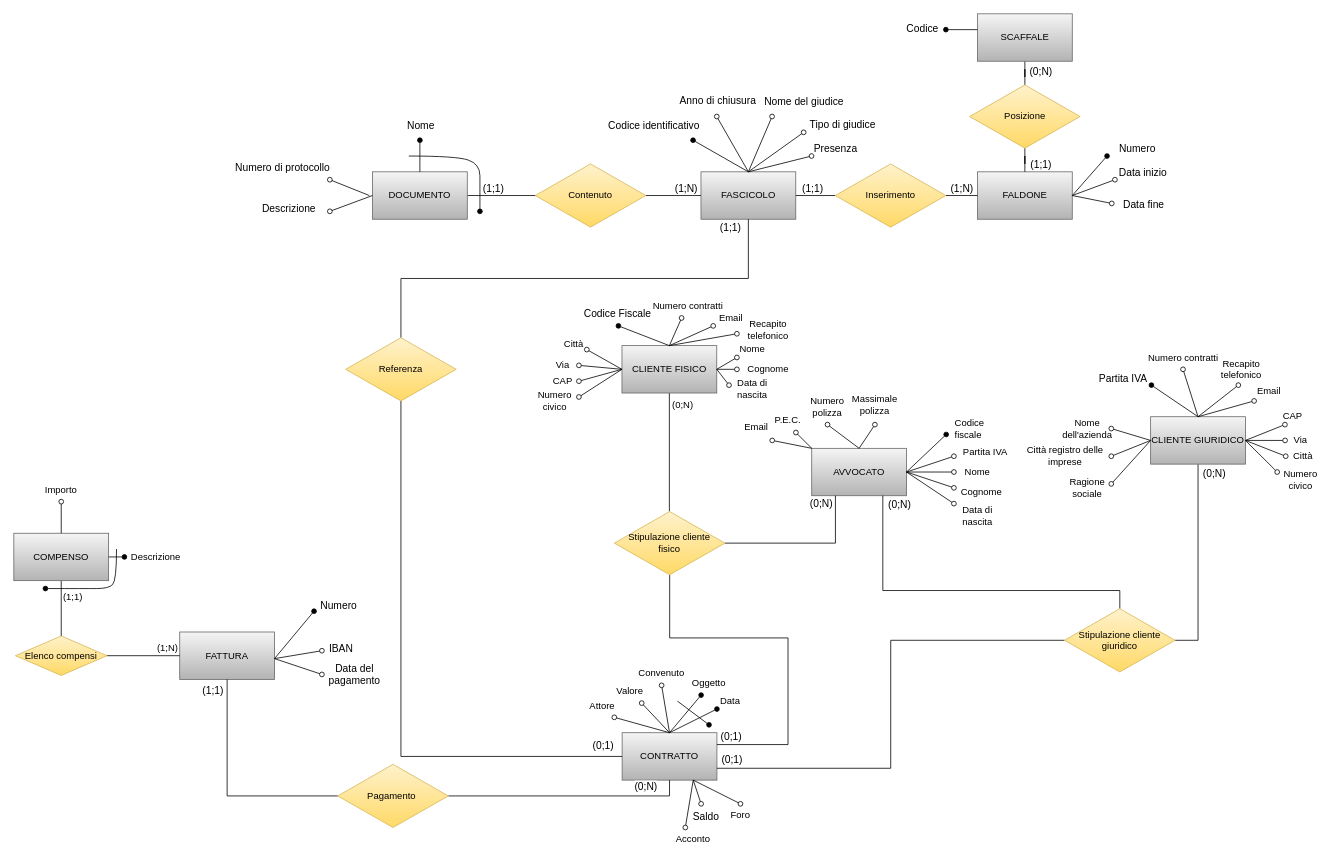
Earlier version of the draw.io diagram DiagrammaER_Normalizzato.drawio (AndreaCiv/BasiDiDati). Source tidied: cells renumbered, new cells numbered last; positions are measured from the earlier drawing's top-left corner, leaving out a move shared by most shapes. Both pictures are drawn from the tidied source at 79%, with x=0, y=0 at pixel (13, 13).
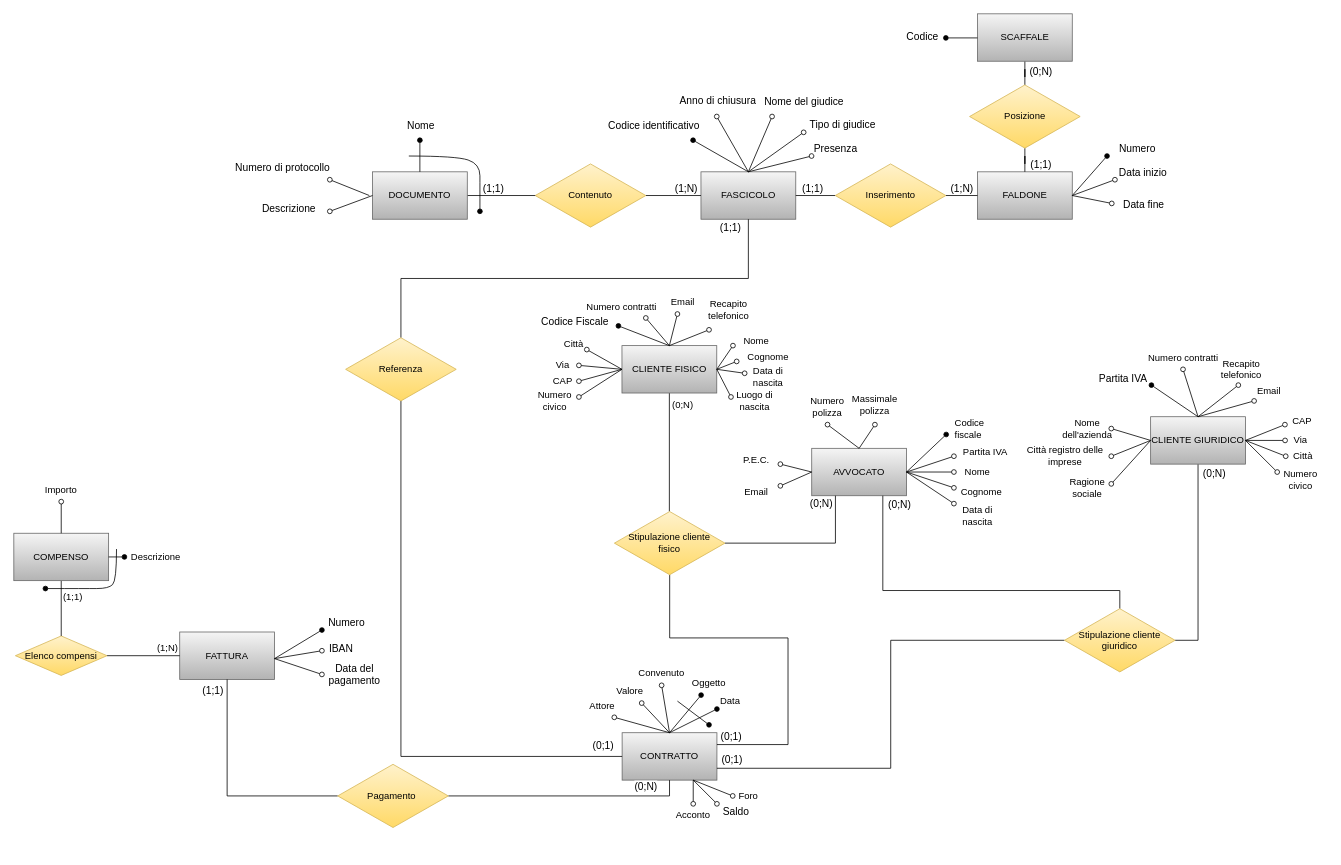
The same page after the edit.

The change refers to these unchanged cells:
```xml
<mxCell id="45" value="CONTRATTO" style="rounded=0;whiteSpace=wrap;html=1;fillColor=#f5f5f5;gradientColor=#b3b3b3;strokeColor=#666666;" parent="1" vertex="1">
  <mxGeometry x="770" y="910" width="120" height="60" as="geometry" />
</mxCell>
<mxCell id="46" value="AVVOCATO" style="rounded=0;whiteSpace=wrap;html=1;fillColor=#f5f5f5;gradientColor=#b3b3b3;strokeColor=#666666;" parent="1" vertex="1">
  <mxGeometry x="1010" y="550" width="120" height="60" as="geometry" />
</mxCell>
<mxCell id="90" value="CLIENTE FISICO" style="rounded=0;whiteSpace=wrap;html=1;fillColor=#f5f5f5;gradientColor=#b3b3b3;strokeColor=#666666;" parent="1" vertex="1">
  <mxGeometry x="769.8" y="420" width="120" height="60" as="geometry" />
</mxCell>
<mxCell id="106" style="endArrow=oval;html=1;rounded=0;endFill=1;exitX=0.5;exitY=0;exitDx=0;exitDy=0;" parent="1" edge="1" source="90">
  <mxGeometry relative="1" as="geometry">
    <mxPoint x="765.3" y="395" as="targetPoint" />
  </mxGeometry>
</mxCell>
```

What changed in the source:
```diff
@@
     <mxCell id="18" style="endArrow=oval;html=1;rounded=0;endFill=1;" parent="1" edge="1">
       <mxGeometry relative="1" as="geometry">
-        <mxPoint x="1219.8" y="20" as="sourcePoint" />
-        <mxPoint x="1179.8" y="20" as="targetPoint" />
+        <mxPoint x="1219.8" y="30.5" as="sourcePoint" />
+        <mxPoint x="1179.8" y="30.5" as="targetPoint" />
       </mxGeometry>
     </mxCell>
@@
     <mxCell id="54" style="endArrow=oval;html=1;rounded=0;endFill=1;exitX=1;exitY=0.5;exitDx=0;exitDy=0;" parent="1" edge="1">
       <mxGeometry relative="1" as="geometry">
         <mxPoint x="330" y="816.2" as="sourcePoint" />
-        <mxPoint x="380" y="756.2" as="targetPoint" />
+        <mxPoint x="390" y="780" as="targetPoint" />
       </mxGeometry>
     </mxCell>
     <mxCell id="55" value="&lt;font style=&quot;font-size: 13px&quot;&gt;Numero&lt;br&gt;&lt;/font&gt;" style="edgeLabel;html=1;align=center;verticalAlign=middle;" parent="54" vertex="1">
       <mxGeometry x="0.58" y="2" relative="1" as="geometry">
-        <mxPoint x="42" y="-19" as="offset" />
+        <mxPoint x="44" y="-16" as="offset" />
       </mxGeometry>
     </mxCell>
@@
     <mxCell id="68" style="endArrow=oval;html=1;rounded=0;endFill=0;" parent="1" edge="1">
       <mxGeometry relative="1" as="geometry">
         <mxPoint x="860" y="970" as="sourcePoint" />
-        <mxPoint x="850" y="1030" as="targetPoint" />
+        <mxPoint x="860" y="1000" as="targetPoint" />
       </mxGeometry>
     </mxCell>
     <mxCell id="69" value="Acconto" style="text;html=1;strokeColor=none;fillColor=none;align=center;verticalAlign=middle;whiteSpace=wrap;rounded=0;" parent="1" vertex="1">
-      <mxGeometry x="830" y="1030" width="60" height="30" as="geometry" />
+      <mxGeometry x="829.8" y="1000" width="60" height="30" as="geometry" />
     </mxCell>
@@
-    <mxCell id="82" style="endArrow=oval;html=1;rounded=0;endFill=0;exitX=0;exitY=0;exitDx=0;exitDy=0;" parent="1" edge="1" source="46">
-      <mxGeometry relative="1" as="geometry">
-        <mxPoint x="990" y="530" as="targetPoint" />
-      </mxGeometry>
+    <mxCell id="82" style="endArrow=oval;html=1;rounded=0;endFill=0;exitX=0;exitY=0.5;exitDx=0;exitDy=0;entryX=1;entryY=0.75;entryDx=0;entryDy=0;" parent="1" edge="1" source="46" target="83">
+      <mxGeometry relative="1" as="geometry" />
     </mxCell>
     <mxCell id="83" value="P.E.C." style="text;html=1;strokeColor=none;fillColor=none;align=center;verticalAlign=middle;whiteSpace=wrap;rounded=0;" parent="1" vertex="1">
-      <mxGeometry x="950" y="505" width="60" height="20" as="geometry" />
+      <mxGeometry x="910.3" y="555" width="60" height="20" as="geometry" />
     </mxCell>
-    <mxCell id="84" style="endArrow=oval;html=1;rounded=0;endFill=0;exitX=0;exitY=0;exitDx=0;exitDy=0;" parent="1" edge="1" source="46">
-      <mxGeometry relative="1" as="geometry">
-        <mxPoint x="960" y="540" as="targetPoint" />
-      </mxGeometry>
+    <mxCell id="84" style="endArrow=oval;html=1;rounded=0;endFill=0;exitX=0;exitY=0.5;exitDx=0;exitDy=0;entryX=1;entryY=0.25;entryDx=0;entryDy=0;" parent="1" edge="1" source="46" target="85">
+      <mxGeometry relative="1" as="geometry" />
     </mxCell>
     <mxCell id="85" value="Email" style="text;html=1;strokeColor=none;fillColor=none;align=center;verticalAlign=middle;whiteSpace=wrap;rounded=0;" parent="1" vertex="1">
-      <mxGeometry x="910" y="507.5" width="60" height="30" as="geometry" />
+      <mxGeometry x="910.3" y="590" width="60" height="30" as="geometry" />
     </mxCell>
@@
-    <mxCell id="97" style="endArrow=oval;html=1;rounded=0;endFill=0;exitX=1;exitY=0.5;exitDx=0;exitDy=0;" parent="1" edge="1" source="90">
-      <mxGeometry relative="1" as="geometry">
-        <mxPoint x="915.3" y="435" as="targetPoint" />
-      </mxGeometry>
+    <mxCell id="97" style="endArrow=oval;html=1;rounded=0;endFill=0;exitX=1;exitY=0.5;exitDx=0;exitDy=0;entryX=0;entryY=1;entryDx=0;entryDy=0;" parent="1" edge="1" source="90" target="98">
+      <mxGeometry relative="1" as="geometry" />
     </mxCell>
     <mxCell id="98" value="Nome" style="text;html=1;strokeColor=none;fillColor=none;align=center;verticalAlign=middle;whiteSpace=wrap;rounded=0;" parent="1" vertex="1">
-      <mxGeometry x="905.3" y="420" width="60" height="10" as="geometry" />
+      <mxGeometry x="910.3" y="410" width="60" height="10" as="geometry" />
     </mxCell>
-    <mxCell id="99" style="endArrow=oval;html=1;rounded=0;endFill=0;exitX=1;exitY=0.5;exitDx=0;exitDy=0;entryX=0;entryY=0.5;entryDx=0;entryDy=0;" parent="1" edge="1" source="90">
+    <mxCell id="99" style="endArrow=oval;html=1;rounded=0;endFill=0;exitX=1;exitY=0.5;exitDx=0;exitDy=0;" parent="1" edge="1" source="90">
       <mxGeometry relative="1" as="geometry">
-        <mxPoint x="915.3" y="450" as="targetPoint" />
+        <mxPoint x="915" y="440" as="targetPoint" />
       </mxGeometry>
     </mxCell>
     <mxCell id="100" value="Cognome" style="text;html=1;strokeColor=none;fillColor=none;align=center;verticalAlign=middle;whiteSpace=wrap;rounded=0;" parent="1" vertex="1">
-      <mxGeometry x="925.1" y="445" width="60" height="10" as="geometry" />
+      <mxGeometry x="925.1" y="430" width="60" height="10" as="geometry" />
     </mxCell>
@@
     <mxCell id="102" value="Data di nascita" style="text;html=1;strokeColor=none;fillColor=none;align=center;verticalAlign=middle;whiteSpace=wrap;rounded=0;" parent="1" vertex="1">
-      <mxGeometry x="905.3" y="470" width="60" height="10" as="geometry" />
+      <mxGeometry x="925.1" y="455" width="60" height="10" as="geometry" />
     </mxCell>
@@
     <mxCell id="107" value="&lt;font style=&quot;font-size: 13px&quot;&gt;Codice Fiscale&lt;br&gt;&lt;/font&gt;" style="edgeLabel;html=1;align=center;verticalAlign=middle;" parent="106" vertex="1">
       <mxGeometry x="0.58" y="2" relative="1" as="geometry">
-        <mxPoint x="-14" y="-23" as="offset" />
+        <mxPoint x="-68" y="-12" as="offset" />
       </mxGeometry>
     </mxCell>
@@
     <mxCell id="110" style="endArrow=oval;html=1;rounded=0;endFill=0;exitX=0.75;exitY=1;exitDx=0;exitDy=0;" parent="1" edge="1" source="45">
       <mxGeometry relative="1" as="geometry">
-        <mxPoint x="870" y="1000" as="targetPoint" />
+        <mxPoint x="890" y="1000" as="targetPoint" />
       </mxGeometry>
     </mxCell>
     <mxCell id="111" value="&lt;font style=&quot;font-size: 13px&quot;&gt;Saldo&lt;/font&gt;" style="edgeLabel;html=1;align=center;verticalAlign=middle;" parent="110" vertex="1">
       <mxGeometry x="0.45" y="-1" relative="1" as="geometry">
-        <mxPoint x="9" y="23" as="offset" />
+        <mxPoint x="32" y="17" as="offset" />
       </mxGeometry>
     </mxCell>
     <mxCell id="112" style="endArrow=oval;html=1;rounded=0;endFill=0;exitX=0.5;exitY=0;exitDx=0;exitDy=0;" parent="1" edge="1" source="90">
       <mxGeometry relative="1" as="geometry">
-        <mxPoint x="885.3" y="395" as="targetPoint" />
+        <mxPoint x="840" y="380" as="targetPoint" />
       </mxGeometry>
     </mxCell>
     <mxCell id="113" value="Email" style="text;html=1;strokeColor=none;fillColor=none;align=center;verticalAlign=middle;whiteSpace=wrap;rounded=0;" parent="1" vertex="1">
-      <mxGeometry x="878.1" y="380" width="60" height="10" as="geometry" />
+      <mxGeometry x="817.2" y="360" width="60" height="10" as="geometry" />
     </mxCell>
     <mxCell id="114" style="endArrow=oval;html=1;rounded=0;endFill=0;exitX=0.5;exitY=0;exitDx=0;exitDy=0;" parent="1" edge="1" source="90">
       <mxGeometry relative="1" as="geometry">
-        <mxPoint x="915.3" y="405" as="targetPoint" />
+        <mxPoint x="880" y="400" as="targetPoint" />
       </mxGeometry>
     </mxCell>
     <mxCell id="115" value="Recapito telefonico" style="text;html=1;strokeColor=none;fillColor=none;align=center;verticalAlign=middle;whiteSpace=wrap;rounded=0;" parent="1" vertex="1">
-      <mxGeometry x="910.3" y="395" width="90" height="10" as="geometry" />
+      <mxGeometry x="859.8" y="370" width="90" height="10" as="geometry" />
     </mxCell>
@@
     <mxCell id="124" style="endArrow=oval;html=1;rounded=0;endFill=0;exitX=0.5;exitY=0;exitDx=0;exitDy=0;" parent="1" edge="1" source="90">
       <mxGeometry relative="1" as="geometry">
-        <mxPoint x="845.3" y="385" as="targetPoint" />
+        <mxPoint x="800" y="385" as="targetPoint" />
       </mxGeometry>
     </mxCell>
     <mxCell id="125" value="Numero contratti" style="edgeLabel;html=1;align=center;verticalAlign=middle;fontSize=12;" parent="124" vertex="1">
       <mxGeometry x="-0.03" relative="1" as="geometry">
-        <mxPoint x="15" y="-33" as="offset" />
+        <mxPoint x="-47" y="-33" as="offset" />
       </mxGeometry>
     </mxCell>
@@
     <mxCell id="133" value="CAP" style="text;html=1;strokeColor=none;fillColor=none;align=center;verticalAlign=middle;whiteSpace=wrap;rounded=0;" parent="1" vertex="1">
-      <mxGeometry x="1589.2" y="505" width="60" height="10" as="geometry" />
+      <mxGeometry x="1601.2" y="511" width="60" height="10" as="geometry" />
     </mxCell>
@@
     <mxCell id="168" value="Foro" style="text;html=1;strokeColor=none;fillColor=none;align=center;verticalAlign=middle;whiteSpace=wrap;rounded=0;" parent="1" vertex="1">
-      <mxGeometry x="889.8" y="1000" width="60" height="30" as="geometry" />
+      <mxGeometry x="899.8" y="975" width="60" height="30" as="geometry" />
     </mxCell>
-    <mxCell id="169" style="endArrow=oval;html=1;rounded=0;exitX=0.75;exitY=1;exitDx=0;exitDy=0;entryX=0.5;entryY=0;entryDx=0;entryDy=0;endFill=0;" parent="1" edge="1" source="45" target="168">
-      <mxGeometry relative="1" as="geometry" />
+    <mxCell id="169" style="endArrow=oval;html=1;rounded=0;exitX=0.75;exitY=1;exitDx=0;exitDy=0;endFill=0;" parent="1" edge="1" source="45">
+      <mxGeometry relative="1" as="geometry">
+        <mxPoint x="910" y="990" as="targetPoint" />
+      </mxGeometry>
     </mxCell>
@@
+    <mxCell id="171" value="Luogo di nascita" style="text;html=1;strokeColor=none;fillColor=none;align=center;verticalAlign=middle;whiteSpace=wrap;rounded=0;" parent="1" vertex="1">
+      <mxGeometry x="907.8" y="485" width="60" height="10" as="geometry" />
+    </mxCell>
+    <mxCell id="172" style="endArrow=oval;html=1;rounded=0;endFill=0;entryX=0;entryY=0;entryDx=0;entryDy=0;exitX=1;exitY=0.5;exitDx=0;exitDy=0;" parent="1" edge="1" source="90" target="171">
+      <mxGeometry relative="1" as="geometry" />
+    </mxCell>
```
